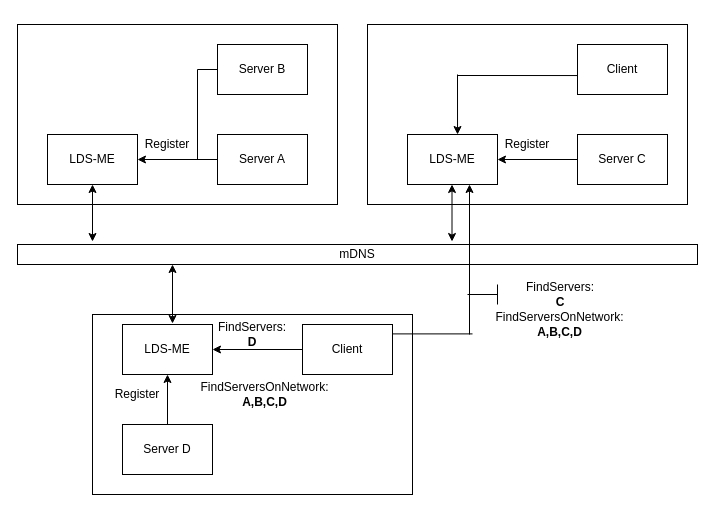
Above: SingleMulticastSubnet.drawio in RakshanPremsagar/Thesis (draw.io), before the change. Source tidied: cells renumbered, new cells numbered last; positions are measured from the earlier drawing's top-left corner, leaving out a move shared by most shapes. Both pictures are drawn from the tidied source at 100%, with x=0, y=0 at pixel (17, 24).
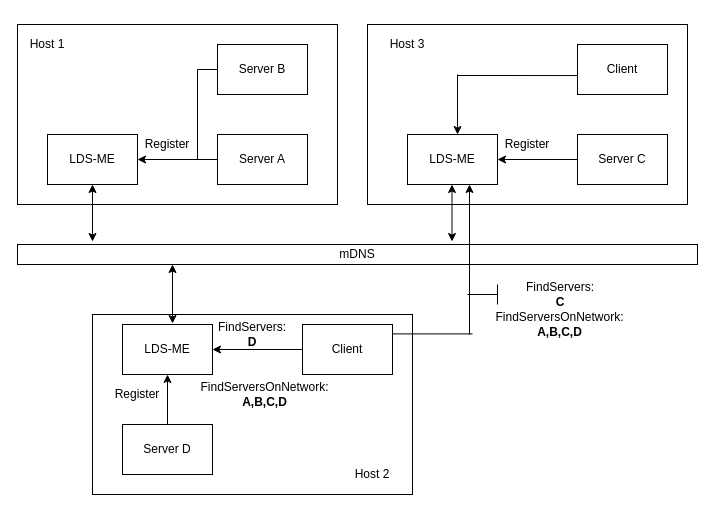
The same diagram, later.

The edit, as a diff of the source:
```diff
@@
+    <mxCell id="39" value="Host 2" style="text;html=1;strokeColor=none;fillColor=none;align=center;verticalAlign=middle;whiteSpace=wrap;rounded=0;" parent="1" vertex="1">
+      <mxGeometry x="335" y="440" width="40" height="20" as="geometry" />
+    </mxCell>
+    <mxCell id="40" value="Host 3" style="text;html=1;strokeColor=none;fillColor=none;align=center;verticalAlign=middle;whiteSpace=wrap;rounded=0;" parent="1" vertex="1">
+      <mxGeometry x="370" y="10" width="40" height="20" as="geometry" />
+    </mxCell>
+    <mxCell id="41" value="Host 1" style="text;html=1;strokeColor=none;fillColor=none;align=center;verticalAlign=middle;whiteSpace=wrap;rounded=0;" parent="1" vertex="1">
+      <mxGeometry x="10" y="10" width="40" height="20" as="geometry" />
+    </mxCell>
```
